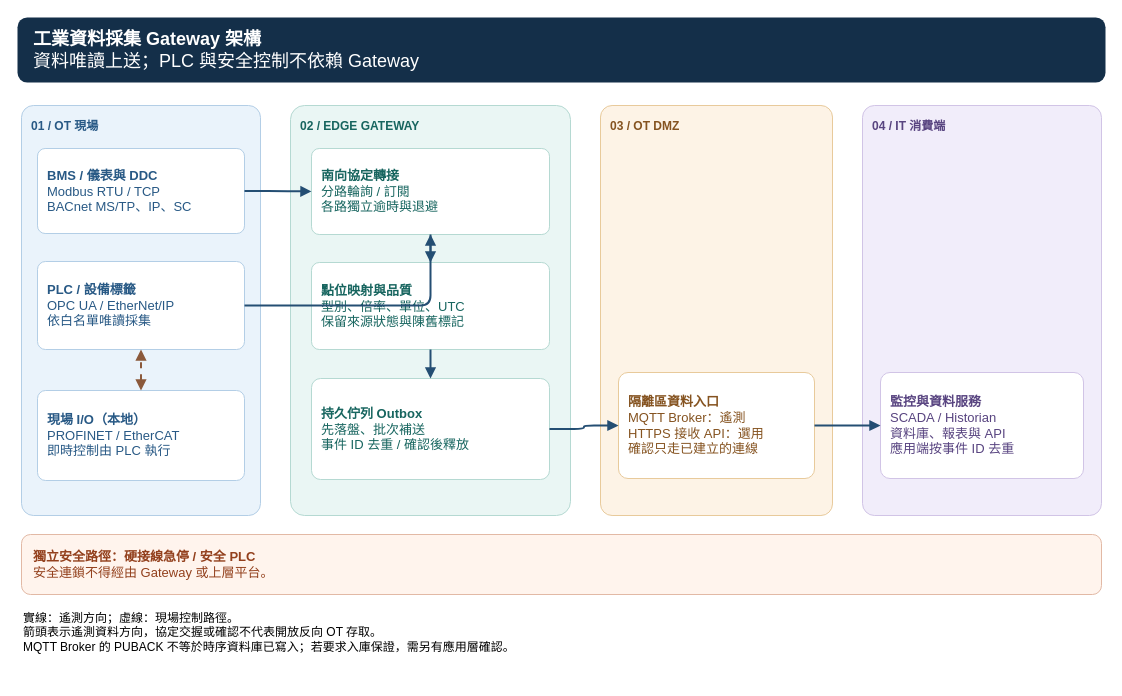
Above: page "桌機橫式" (1 of 2) of assets/industrial-gateway-architecture.drawio in JasonChiu1984/python-note (draw.io), before the change. Source tidied: cells renumbered, new cells numbered last; positions are measured from the earlier drawing's top-left corner, leaving out a move shared by most shapes. Both pictures are drawn from the tidied source at 100%, with x=0, y=0 at pixel (17, 17).
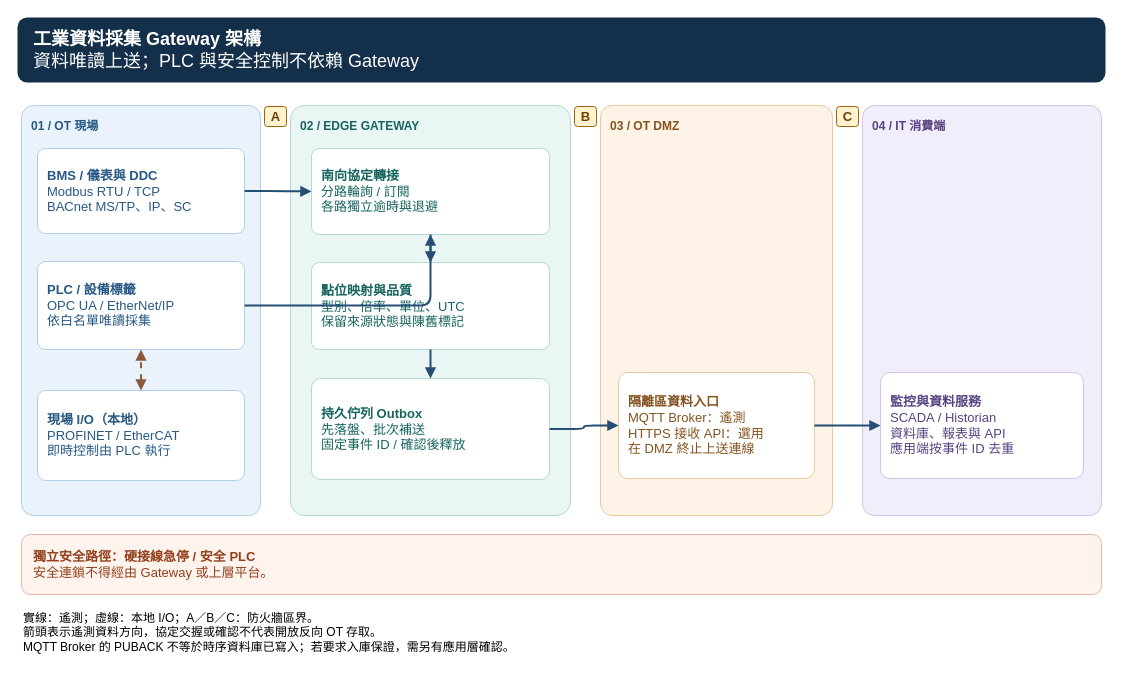
After the change.

Diff of the diagram source:
```diff
@@
-    <mxCell id="12" value="&lt;b&gt;持久佇列 Outbox&lt;/b&gt;&lt;br&gt;先落盤、批次補送&lt;br&gt;事件 ID 去重 / 確認後釋放" style="html=1;whiteSpace=wrap;rounded=1;arcSize=9;fillColor=#ffffff;strokeColor=#b5d9d2;fontColor=#17655f;fontSize=13;align=left;spacingLeft=8;" parent="1" vertex="1">
+    <mxCell id="12" value="&lt;b&gt;持久佇列 Outbox&lt;/b&gt;&lt;br&gt;先落盤、批次補送&lt;br&gt;固定事件 ID / 確認後釋放" style="html=1;whiteSpace=wrap;rounded=1;arcSize=9;fillColor=#ffffff;strokeColor=#b5d9d2;fontColor=#17655f;fontSize=13;align=left;spacingLeft=8;" parent="1" vertex="1">
       <mxGeometry x="294" y="361" width="238" height="101" as="geometry" />
     </mxCell>
-    <mxCell id="13" value="&lt;b&gt;隔離區資料入口&lt;/b&gt;&lt;br&gt;MQTT Broker：遙測&lt;br&gt;HTTPS 接收 API：選用&lt;br&gt;確認只走已建立的連線" style="html=1;whiteSpace=wrap;rounded=1;arcSize=9;fillColor=#ffffff;strokeColor=#e8ca9b;fontColor=#855320;fontSize=13;align=left;spacingLeft=8;" parent="1" vertex="1">
+    <mxCell id="13" value="&lt;b&gt;隔離區資料入口&lt;/b&gt;&lt;br&gt;MQTT Broker：遙測&lt;br&gt;HTTPS 接收 API：選用&lt;br&gt;在 DMZ 終止上送連線" style="html=1;whiteSpace=wrap;rounded=1;arcSize=9;fillColor=#ffffff;strokeColor=#e8ca9b;fontColor=#855320;fontSize=13;align=left;spacingLeft=8;" parent="1" vertex="1">
       <mxGeometry x="601" y="355" width="196" height="106" as="geometry" />
     </mxCell>
@@
-    <mxCell id="23" value="實線：遙測方向；虛線：現場控制路徑。&lt;br&gt;箭頭表示遙測資料方向，協定交握或確認不代表開放反向 OT 存取。&lt;br&gt;MQTT Broker 的 PUBACK 不等於時序資料庫已寫入；若要求入庫保證，需另有應用層確認。" style="html=1;whiteSpace=wrap;text;align=left;verticalAlign=top;fontSize=12;strokeColor=none;fillColor=none;" parent="1" vertex="1">
+    <mxCell id="23" value="實線：遙測；虛線：本地 I/O；A／B／C：防火牆區界。&lt;br&gt;箭頭表示遙測資料方向，協定交握或確認不代表開放反向 OT 存取。&lt;br&gt;MQTT Broker 的 PUBACK 不等於時序資料庫已寫入；若要求入庫保證，需另有應用層確認。" style="html=1;whiteSpace=wrap;text;align=left;verticalAlign=top;fontSize=12;strokeColor=none;fillColor=none;" parent="1" vertex="1">
       <mxGeometry x="4" y="587" width="1080" height="75" as="geometry" />
     </mxCell>
+    <mxCell id="24" value="A" style="html=1;rounded=1;fillColor=#fff2ce;strokeColor=#9c620f;fontColor=#6e3f07;fontSize=13;fontStyle=1;" parent="1" vertex="1">
+      <mxGeometry x="247" y="89" width="22" height="20" as="geometry" />
+    </mxCell>
+    <mxCell id="25" value="B" style="html=1;rounded=1;fillColor=#fff2ce;strokeColor=#9c620f;fontColor=#6e3f07;fontSize=13;fontStyle=1;" parent="1" vertex="1">
+      <mxGeometry x="557" y="89" width="22" height="20" as="geometry" />
+    </mxCell>
+    <mxCell id="26" value="C" style="html=1;rounded=1;fillColor=#fff2ce;strokeColor=#9c620f;fontColor=#6e3f07;fontSize=13;fontStyle=1;" parent="1" vertex="1">
+      <mxGeometry x="819" y="89" width="22" height="20" as="geometry" />
+    </mxCell>
```
